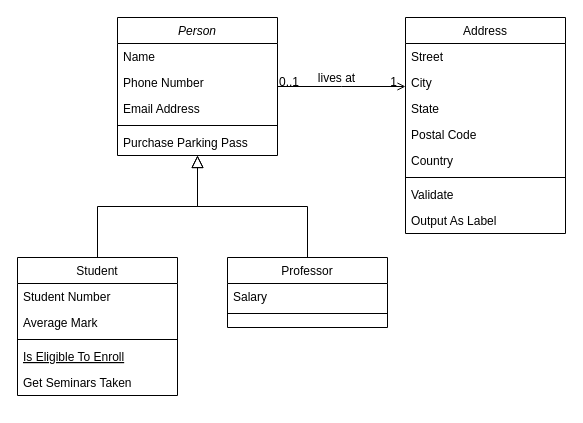
Before: Untitled Diagram.drawio in Bibi2002/student, a draw.io diagram. Source tidied: cells renumbered, new cells numbered last; positions are measured from the earlier drawing's top-left corner, leaving out a move shared by most shapes. Both pictures are drawn from the tidied source at 100%, with x=0, y=0 at pixel (17, 17).
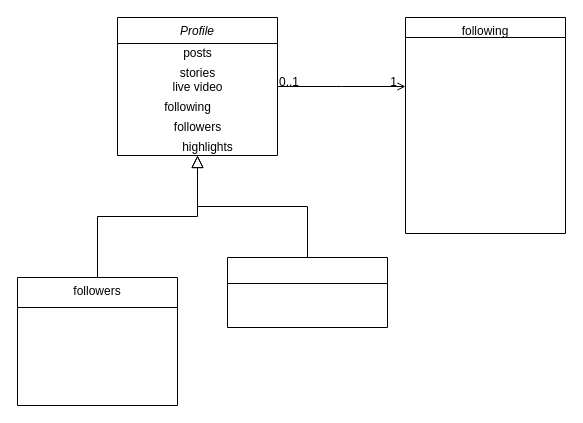
After the change.

The change refers to these unchanged cells:
```xml
<mxCell id="28" style="endArrow=open;shadow=0;strokeWidth=1;rounded=0;endFill=1;edgeStyle=elbowEdgeStyle;elbow=vertical;" parent="1" edge="1" source="2" target="19">
  <mxGeometry x="0.5" y="41" relative="1" as="geometry">
    <mxPoint x="-40" y="32" as="offset" />
  </mxGeometry>
</mxCell>
```

Change to the diagram source:
```diff
@@
-    <mxCell id="2" value="Person" style="swimlane;fontStyle=2;align=center;verticalAlign=top;horizontal=1;startSize=26;rounded=0;shadow=0;strokeWidth=1;" parent="1" vertex="1">
+    <mxCell id="2" value="Profile" style="swimlane;fontStyle=2;align=center;verticalAlign=top;horizontal=1;startSize=26;rounded=0;shadow=0;strokeWidth=1;" parent="1" vertex="1">
       <mxGeometry x="100" width="160" height="138" as="geometry" />
     </mxCell>
-    <mxCell id="3" value="Name" style="text;align=left;verticalAlign=top;spacingLeft=4;spacingRight=4;overflow=hidden;" parent="2" vertex="1">
-      <mxGeometry y="26" width="160" height="26" as="geometry" />
-    </mxCell>
-    <mxCell id="4" value="Phone Number" style="text;align=left;verticalAlign=top;spacingLeft=4;spacingRight=4;overflow=hidden;rounded=0;shadow=0;html=0;" parent="2" vertex="1">
-      <mxGeometry y="52" width="160" height="26" as="geometry" />
-    </mxCell>
-    <mxCell id="5" value="Email Address" style="text;align=left;verticalAlign=top;spacingLeft=4;spacingRight=4;overflow=hidden;rounded=0;shadow=0;html=0;" parent="2" vertex="1">
-      <mxGeometry y="78" width="160" height="26" as="geometry" />
-    </mxCell>
-    <mxCell id="6" style="line;html=1;strokeWidth=1;align=left;verticalAlign=middle;spacingTop=-1;spacingLeft=3;spacingRight=3;labelPosition=right;" parent="2" vertex="1">
-      <mxGeometry y="104" width="160" height="8" as="geometry" />
-    </mxCell>
-    <mxCell id="7" value="Purchase Parking Pass" style="text;align=left;verticalAlign=top;spacingLeft=4;spacingRight=4;overflow=hidden;" parent="2" vertex="1">
-      <mxGeometry y="112" width="160" height="26" as="geometry" />
-    </mxCell>
+    <mxCell id="32" value="posts" style="text;html=1;align=center;verticalAlign=middle;strokeColor=none;fillColor=none;" parent="2" vertex="1">
+      <mxGeometry y="26" width="160" height="20" as="geometry" />
+    </mxCell>
+    <mxCell id="33" value="stories" style="text;html=1;align=center;verticalAlign=middle;strokeColor=none;fillColor=none;" parent="2" vertex="1">
+      <mxGeometry y="46" width="160" height="20" as="geometry" />
+    </mxCell>
-    <mxCell id="8" value="Student" style="swimlane;fontStyle=0;align=center;verticalAlign=top;horizontal=1;startSize=26;rounded=0;shadow=0;strokeWidth=1;" parent="1" vertex="1">
-      <mxGeometry y="240" width="160" height="138" as="geometry" />
+    <mxCell id="8" value="followers" style="swimlane;fontStyle=0;align=center;verticalAlign=top;horizontal=1;startSize=30;rounded=0;shadow=0;strokeWidth=1;" parent="1" vertex="1">
+      <mxGeometry y="260" width="160" height="128" as="geometry" />
     </mxCell>
-    <mxCell id="9" value="Student Number" style="text;align=left;verticalAlign=top;spacingLeft=4;spacingRight=4;overflow=hidden;" parent="8" vertex="1">
-      <mxGeometry y="26" width="160" height="26" as="geometry" />
-    </mxCell>
-    <mxCell id="10" value="Average Mark" style="text;align=left;verticalAlign=top;spacingLeft=4;spacingRight=4;overflow=hidden;rounded=0;shadow=0;html=0;" parent="8" vertex="1">
-      <mxGeometry y="52" width="160" height="26" as="geometry" />
-    </mxCell>
-    <mxCell id="11" style="line;html=1;strokeWidth=1;align=left;verticalAlign=middle;spacingTop=-1;spacingLeft=3;spacingRight=3;labelPosition=right;" parent="8" vertex="1">
-      <mxGeometry y="78" width="160" height="8" as="geometry" />
-    </mxCell>
-    <mxCell id="12" value="Is Eligible To Enroll" style="text;align=left;verticalAlign=top;spacingLeft=4;spacingRight=4;overflow=hidden;fontStyle=4;" parent="8" vertex="1">
-      <mxGeometry y="86" width="160" height="26" as="geometry" />
-    </mxCell>
-    <mxCell id="13" value="Get Seminars Taken" style="text;align=left;verticalAlign=top;spacingLeft=4;spacingRight=4;overflow=hidden;" parent="8" vertex="1">
-      <mxGeometry y="112" width="160" height="26" as="geometry" />
-    </mxCell>
@@
-    <mxCell id="15" value="Professor" style="swimlane;fontStyle=0;align=center;verticalAlign=top;horizontal=1;startSize=26;rounded=0;shadow=0;strokeWidth=1;" parent="1" vertex="1">
+    <mxCell id="15" style="swimlane;fontStyle=0;align=center;verticalAlign=top;horizontal=1;startSize=26;rounded=0;shadow=0;strokeWidth=1;" parent="1" vertex="1">
       <mxGeometry x="210" y="240" width="160" height="70" as="geometry" />
     </mxCell>
-    <mxCell id="16" value="Salary" style="text;align=left;verticalAlign=top;spacingLeft=4;spacingRight=4;overflow=hidden;" parent="15" vertex="1">
-      <mxGeometry y="26" width="160" height="26" as="geometry" />
-    </mxCell>
-    <mxCell id="17" style="line;html=1;strokeWidth=1;align=left;verticalAlign=middle;spacingTop=-1;spacingLeft=3;spacingRight=3;labelPosition=right;" parent="15" vertex="1">
-      <mxGeometry y="52" width="160" height="8" as="geometry" />
-    </mxCell>
@@
-    <mxCell id="19" value="Address" style="swimlane;fontStyle=0;align=center;verticalAlign=top;horizontal=1;startSize=26;rounded=0;shadow=0;strokeWidth=1;" parent="1" vertex="1">
+    <mxCell id="19" value="following" style="swimlane;fontStyle=0;align=center;verticalAlign=top;horizontal=1;startSize=20;rounded=0;shadow=0;strokeWidth=1;" parent="1" vertex="1">
       <mxGeometry x="388" width="160" height="216" as="geometry" />
     </mxCell>
-    <mxCell id="20" value="Street" style="text;align=left;verticalAlign=top;spacingLeft=4;spacingRight=4;overflow=hidden;" parent="19" vertex="1">
-      <mxGeometry y="26" width="160" height="26" as="geometry" />
-    </mxCell>
-    <mxCell id="21" value="City" style="text;align=left;verticalAlign=top;spacingLeft=4;spacingRight=4;overflow=hidden;rounded=0;shadow=0;html=0;" parent="19" vertex="1">
-      <mxGeometry y="52" width="160" height="26" as="geometry" />
-    </mxCell>
-    <mxCell id="22" value="State" style="text;align=left;verticalAlign=top;spacingLeft=4;spacingRight=4;overflow=hidden;rounded=0;shadow=0;html=0;" parent="19" vertex="1">
-      <mxGeometry y="78" width="160" height="26" as="geometry" />
-    </mxCell>
-    <mxCell id="23" value="Postal Code" style="text;align=left;verticalAlign=top;spacingLeft=4;spacingRight=4;overflow=hidden;rounded=0;shadow=0;html=0;" parent="19" vertex="1">
-      <mxGeometry y="104" width="160" height="26" as="geometry" />
-    </mxCell>
-    <mxCell id="24" value="Country" style="text;align=left;verticalAlign=top;spacingLeft=4;spacingRight=4;overflow=hidden;rounded=0;shadow=0;html=0;" parent="19" vertex="1">
-      <mxGeometry y="130" width="160" height="26" as="geometry" />
-    </mxCell>
-    <mxCell id="25" style="line;html=1;strokeWidth=1;align=left;verticalAlign=middle;spacingTop=-1;spacingLeft=3;spacingRight=3;labelPosition=right;" parent="19" vertex="1">
-      <mxGeometry y="156" width="160" height="8" as="geometry" />
-    </mxCell>
-    <mxCell id="26" value="Validate" style="text;align=left;verticalAlign=top;spacingLeft=4;spacingRight=4;overflow=hidden;" parent="19" vertex="1">
-      <mxGeometry y="164" width="160" height="26" as="geometry" />
-    </mxCell>
-    <mxCell id="27" value="Output As Label" style="text;align=left;verticalAlign=top;spacingLeft=4;spacingRight=4;overflow=hidden;" parent="19" vertex="1">
-      <mxGeometry y="190" width="160" height="26" as="geometry" />
-    </mxCell>
@@
-    <mxCell id="31" value="lives at" style="text;html=1;align=center;verticalAlign=middle;labelBackgroundColor=none;rounded=0;shadow=0;strokeWidth=1;fontSize=12;" parent="28" vertex="1">
-      <mxGeometry x="0.5" y="49" relative="1" as="geometry">
-        <mxPoint x="-38" y="40" as="offset" />
-      </mxGeometry>
-    </mxCell>
+    <mxCell id="34" value="live video" style="text;html=1;align=center;verticalAlign=middle;strokeColor=none;fillColor=none;" parent="1" vertex="1">
+      <mxGeometry x="145" y="60" width="70" height="20" as="geometry" />
+    </mxCell>
+    <mxCell id="35" value="following" style="text;html=1;align=center;verticalAlign=middle;strokeColor=none;fillColor=none;" parent="1" vertex="1">
+      <mxGeometry x="140" y="80" width="60" height="20" as="geometry" />
+    </mxCell>
+    <mxCell id="36" value="followers" style="text;html=1;align=center;verticalAlign=middle;strokeColor=none;fillColor=none;" parent="1" vertex="1">
+      <mxGeometry x="150" y="100" width="60" height="20" as="geometry" />
+    </mxCell>
+    <mxCell id="37" value="highlights" style="text;html=1;align=center;verticalAlign=middle;strokeColor=none;fillColor=none;" parent="1" vertex="1">
+      <mxGeometry x="155" y="120" width="70" height="20" as="geometry" />
+    </mxCell>
```
